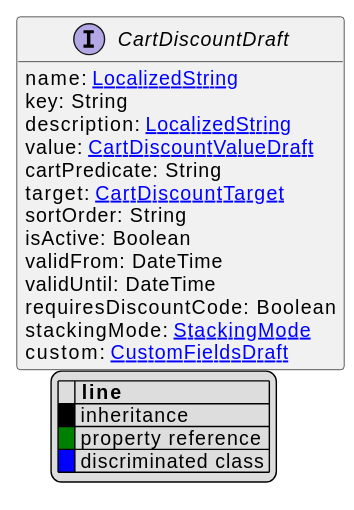
The PlantUML diagram uml/api/svg/CartDiscountDraft.svg in commercetools/commercetools-api-reference, before a commit. Source of this version:
```plantuml
@startuml
!pragma layout elk
hide empty fields
hide empty methods
legend
|= |= line |
|<back:black>   </back>| inheritance |
|<back:green>   </back>| property reference |
|<back:blue>   </back>| discriminated class |
endlegend
interface CartDiscountDraft [[CartDiscountDraft.svg]]  {
    name: [[LocalizedString.svg LocalizedString]]
    key: String
    description: [[LocalizedString.svg LocalizedString]]
    value: [[CartDiscountValueDraft.svg CartDiscountValueDraft]]
    cartPredicate: String
    target: [[CartDiscountTarget.svg CartDiscountTarget]]
    sortOrder: String
    isActive: Boolean
    validFrom: DateTime
    validUntil: DateTime
    requiresDiscountCode: Boolean
    stackingMode: [[StackingMode.svg StackingMode]]
    custom: [[CustomFieldsDraft.svg CustomFieldsDraft]]
}






@enduml
```
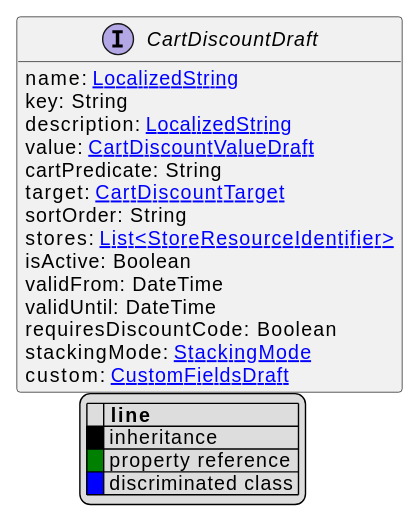
The same file after the commit.

What changed in the source:
```diff
@@ -16,6 +16,7 @@
     cartPredicate: String
     target: [[CartDiscountTarget.svg CartDiscountTarget]]
     sortOrder: String
+    stores: [[StoreResourceIdentifier.svg List<StoreResourceIdentifier>]]
     isActive: Boolean
     validFrom: DateTime
     validUntil: DateTime
```
